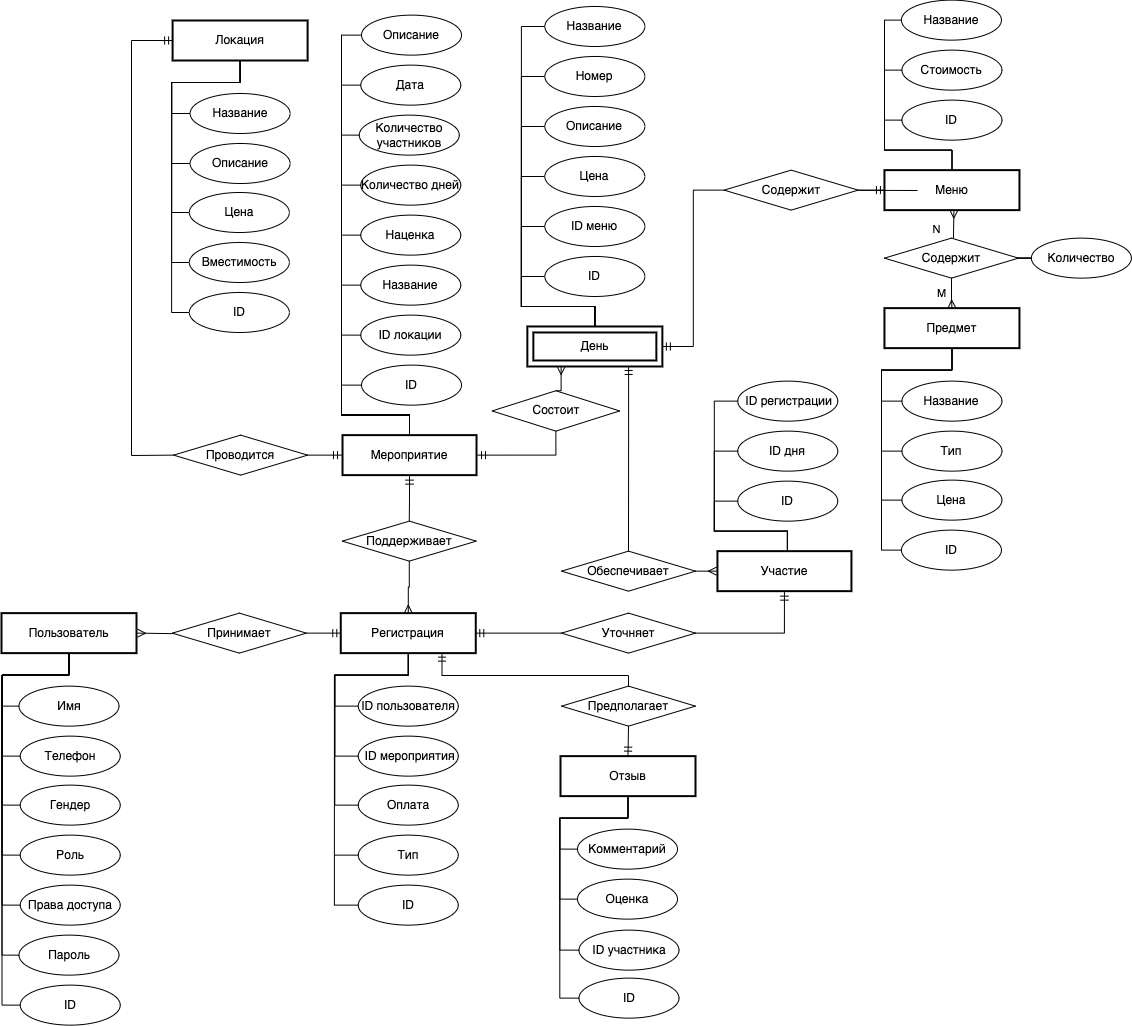
Above: docs/database/images/er.png in Kori-Tamashi/Eventor (draw.io), before the change. Source tidied: cells renumbered, new cells last; positions are measured from the earlier drawing's top-left corner, leaving out a move shared by most shapes.
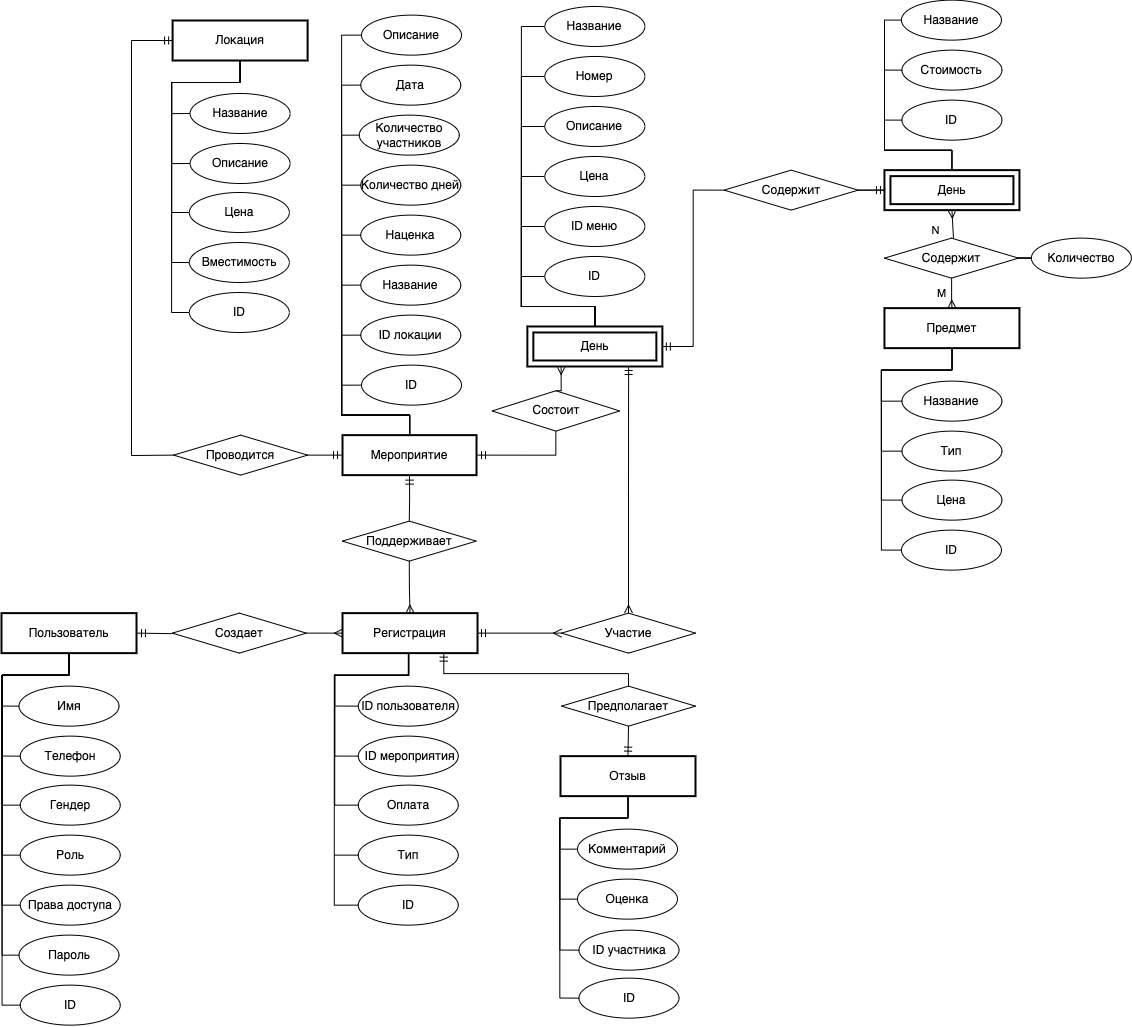
After the change.

The edit, as a diff of the source:
```diff
@@ -304,13 +304,13 @@
     <mxCell id="54" style="edgeStyle=orthogonalEdgeStyle;rounded=0;jettySize=auto;html=1;exitX=0.75;exitY=1;exitDx=0;exitDy=0;entryX=0.5;entryY=0;entryDx=0;entryDy=0;endArrow=none;endFill=0;startArrow=ERmandOne;startFill=0;" parent="1" edge="1" source="55" target="76">
       <mxGeometry relative="1" as="geometry">
         <Array as="points">
-          <mxPoint x="440" y="675" />
-          <mxPoint x="627" y="675" />
+          <mxPoint x="442" y="673" />
+          <mxPoint x="627" y="673" />
         </Array>
       </mxGeometry>
     </mxCell>
     <mxCell id="55" value="Регистрация" style="whiteSpace=wrap;html=1;align=center;strokeWidth=2;" parent="1" vertex="1">
-      <mxGeometry x="339.3" y="612.6" width="135" height="40" as="geometry" />
+      <mxGeometry x="341" y="612.6" width="135" height="40" as="geometry" />
     </mxCell>
     <mxCell id="56" value="&amp;nbsp;ID мероприятия" style="ellipse;whiteSpace=wrap;html=1;align=center;" parent="1" vertex="1">
       <mxGeometry x="356.8" y="735.6" width="100" height="40" as="geometry" />
@@ -332,15 +332,15 @@
         <mxPoint x="332.9" y="854.6" as="sourcePoint" />
       </mxGeometry>
     </mxCell>
-    <mxCell id="62" style="edgeStyle=orthogonalEdgeStyle;rounded=0;jettySize=auto;html=1;exitX=0;exitY=0.5;exitDx=0;exitDy=0;entryX=1;entryY=0.5;entryDx=0;entryDy=0;endArrow=ERmany;endFill=0;" parent="1" edge="1" target="42">
+    <mxCell id="62" style="edgeStyle=orthogonalEdgeStyle;rounded=0;jettySize=auto;html=1;exitX=0;exitY=0.5;exitDx=0;exitDy=0;entryX=1;entryY=0.5;entryDx=0;entryDy=0;endArrow=ERmandOne;endFill=0;startArrow=ERmandOne;startFill=0;" parent="1" edge="1" target="42">
       <mxGeometry relative="1" as="geometry">
         <mxPoint x="200.8" y="632.6" as="sourcePoint" />
       </mxGeometry>
     </mxCell>
-    <mxCell id="63" style="edgeStyle=orthogonalEdgeStyle;rounded=0;jettySize=auto;html=1;exitX=1;exitY=0.5;exitDx=0;exitDy=0;entryX=0;entryY=0.5;entryDx=0;entryDy=0;endArrow=ERmandOne;endFill=0;" parent="1" edge="1" source="64" target="55">
+    <mxCell id="63" style="edgeStyle=orthogonalEdgeStyle;rounded=0;jettySize=auto;html=1;exitX=1;exitY=0.5;exitDx=0;exitDy=0;entryX=0;entryY=0.5;entryDx=0;entryDy=0;endArrow=ERmany;endFill=0;" parent="1" edge="1" source="64" target="55">
       <mxGeometry relative="1" as="geometry" />
     </mxCell>
-    <mxCell id="64" value="Принимает" style="shape=rhombus;perimeter=rhombusPerimeter;whiteSpace=wrap;html=1;align=center;" parent="1" vertex="1">
+    <mxCell id="64" value="Создает" style="shape=rhombus;perimeter=rhombusPerimeter;whiteSpace=wrap;html=1;align=center;" parent="1" vertex="1">
       <mxGeometry x="170.8" y="612.6" width="134" height="40" as="geometry" />
     </mxCell>
     <mxCell id="65" style="edgeStyle=orthogonalEdgeStyle;rounded=0;jettySize=auto;html=1;entryX=0.5;entryY=0;entryDx=0;entryDy=0;endArrow=ERmany;endFill=0;exitX=0.5;exitY=1;exitDx=0;exitDy=0;" parent="1" edge="1" source="66" target="55">
@@ -461,13 +461,8 @@
         </Array>
       </mxGeometry>
     </mxCell>
-    <mxCell id="84" style="edgeStyle=orthogonalEdgeStyle;rounded=0;jettySize=auto;html=1;exitX=0.75;exitY=1;exitDx=0;exitDy=0;entryX=0.5;entryY=0;entryDx=0;entryDy=0;startArrow=ERmandOne;startFill=0;endArrow=none;endFill=0;" parent="1" edge="1" source="86" target="103">
-      <mxGeometry relative="1" as="geometry">
-        <Array as="points">
-          <mxPoint x="627" y="435" />
-          <mxPoint x="627" y="435" />
-        </Array>
-      </mxGeometry>
+    <mxCell id="84" style="edgeStyle=orthogonalEdgeStyle;rounded=0;jettySize=auto;html=1;exitX=0.75;exitY=1;exitDx=0;exitDy=0;entryX=0.5;entryY=0;entryDx=0;entryDy=0;startArrow=ERmandOne;startFill=0;endArrow=ERmany;endFill=0;" parent="1" edge="1" source="86" target="106">
+      <mxGeometry relative="1" as="geometry" />
     </mxCell>
     <mxCell id="85" style="edgeStyle=orthogonalEdgeStyle;rounded=0;jettySize=auto;html=1;exitX=1;exitY=0.5;exitDx=0;exitDy=0;entryX=0;entryY=0.5;entryDx=0;entryDy=0;startArrow=ERmandOne;startFill=0;endArrow=none;endFill=0;" parent="1" edge="1" source="86" target="113">
       <mxGeometry relative="1" as="geometry" />
@@ -499,65 +494,15 @@
     <mxCell id="94" value="Название" style="ellipse;whiteSpace=wrap;html=1;align=center;" parent="1" vertex="1">
       <mxGeometry x="543.4" y="6" width="100" height="40" as="geometry" />
     </mxCell>
-    <mxCell id="95" style="edgeStyle=orthogonalEdgeStyle;rounded=0;jettySize=auto;html=1;exitX=0.5;exitY=1;exitDx=0;exitDy=0;entryX=1;entryY=0.5;entryDx=0;entryDy=0;endArrow=none;endFill=0;startArrow=ERmandOne;startFill=0;" parent="1" edge="1" source="96" target="106">
-      <mxGeometry relative="1" as="geometry" />
-    </mxCell>
-    <mxCell id="96" value="Участие" style="whiteSpace=wrap;html=1;align=center;perimeterSpacing=1;strokeColor=#000000;strokeWidth=2;" parent="1" vertex="1">
-      <mxGeometry x="715.9" y="550.6" width="134" height="40" as="geometry" />
-    </mxCell>
-    <mxCell id="97" style="edgeStyle=orthogonalEdgeStyle;rounded=0;jettySize=auto;html=1;entryX=0;entryY=0.5;entryDx=0;entryDy=0;endArrow=none;endFill=0;" parent="1" edge="1" target="102">
-      <mxGeometry relative="1" as="geometry">
-        <mxPoint x="785.9" y="550.6" as="sourcePoint" />
-        <Array as="points">
-          <mxPoint x="786.8" y="530.6" />
-          <mxPoint x="712.8" y="530.6" />
-          <mxPoint x="712.8" y="400.6" />
-        </Array>
-      </mxGeometry>
-    </mxCell>
-    <mxCell id="98" style="edgeStyle=orthogonalEdgeStyle;rounded=0;jettySize=auto;html=1;entryX=0;entryY=0.5;entryDx=0;entryDy=0;endArrow=none;endFill=0;" parent="1" edge="1" target="101">
-      <mxGeometry relative="1" as="geometry">
-        <mxPoint x="785.9" y="550.6" as="sourcePoint" />
-        <Array as="points">
-          <mxPoint x="786.8" y="530.6" />
-          <mxPoint x="712.8" y="530.6" />
-          <mxPoint x="712.8" y="450.6" />
-        </Array>
-      </mxGeometry>
-    </mxCell>
-    <mxCell id="99" style="edgeStyle=orthogonalEdgeStyle;rounded=0;jettySize=auto;html=1;entryX=0;entryY=0.5;entryDx=0;entryDy=0;endArrow=none;endFill=0;" parent="1" edge="1" target="100">
-      <mxGeometry relative="1" as="geometry">
-        <mxPoint x="785.9" y="550.6" as="sourcePoint" />
-        <Array as="points">
-          <mxPoint x="786.8" y="530.6" />
-          <mxPoint x="712.8" y="530.6" />
-          <mxPoint x="712.8" y="500.6" />
-        </Array>
-      </mxGeometry>
-    </mxCell>
-    <mxCell id="100" value="ID" style="ellipse;whiteSpace=wrap;html=1;align=center;" parent="1" vertex="1">
-      <mxGeometry x="736.3" y="480.6" width="100" height="40" as="geometry" />
-    </mxCell>
-    <mxCell id="101" value="ID дня" style="ellipse;whiteSpace=wrap;html=1;align=center;" parent="1" vertex="1">
-      <mxGeometry x="736.3" y="430.6" width="100" height="40" as="geometry" />
-    </mxCell>
-    <mxCell id="102" value="&amp;nbsp;ID регистрации" style="ellipse;whiteSpace=wrap;html=1;align=center;" parent="1" vertex="1">
-      <mxGeometry x="736.3" y="380.6" width="100" height="40" as="geometry" />
-    </mxCell>
-    <mxCell id="103" value="Обеспечивает" style="shape=rhombus;perimeter=rhombusPerimeter;whiteSpace=wrap;html=1;align=center;" parent="1" vertex="1">
-      <mxGeometry x="560" y="550.6" width="134" height="40" as="geometry" />
-    </mxCell>
-    <mxCell id="104" style="edgeStyle=orthogonalEdgeStyle;rounded=0;jettySize=auto;html=1;exitX=0;exitY=0.5;exitDx=0;exitDy=0;entryX=1;entryY=0.5;entryDx=0;entryDy=0;startArrow=ERmany;startFill=0;endArrow=none;endFill=0;" parent="1" edge="1" source="96" target="103">
-      <mxGeometry relative="1" as="geometry" />
-    </mxCell>
-    <mxCell id="105" style="edgeStyle=orthogonalEdgeStyle;rounded=0;jettySize=auto;html=1;exitX=0;exitY=0.5;exitDx=0;exitDy=0;entryX=1;entryY=0.5;entryDx=0;entryDy=0;endArrow=ERmandOne;endFill=0;" parent="1" edge="1" source="106" target="55">
+    <mxCell id="105" style="edgeStyle=orthogonalEdgeStyle;rounded=0;jettySize=auto;html=1;exitX=0;exitY=0.5;exitDx=0;exitDy=0;entryX=1;entryY=0.5;entryDx=0;entryDy=0;endArrow=ERmandOne;endFill=0;startArrow=ERmany;startFill=0;" parent="1" edge="1" source="106" target="55">
       <mxGeometry relative="1" as="geometry" />
     </mxCell>
-    <mxCell id="106" value="Уточняет" style="shape=rhombus;perimeter=rhombusPerimeter;whiteSpace=wrap;html=1;align=center;" parent="1" vertex="1">
+    <mxCell id="106" value="Участие" style="shape=rhombus;perimeter=rhombusPerimeter;whiteSpace=wrap;html=1;align=center;" parent="1" vertex="1">
       <mxGeometry x="560" y="612.6" width="134" height="40" as="geometry" />
     </mxCell>
-    <mxCell id="107" style="edgeStyle=orthogonalEdgeStyle;rounded=0;jettySize=auto;html=1;entryX=0;entryY=0.5;entryDx=0;entryDy=0;endArrow=none;endFill=0;" parent="1" edge="1" source="110" target="126">
+    <mxCell id="107" style="edgeStyle=orthogonalEdgeStyle;rounded=0;jettySize=auto;html=1;entryX=0;entryY=0.5;entryDx=0;entryDy=0;endArrow=none;endFill=0;" parent="1" edge="1" target="126">
       <mxGeometry relative="1" as="geometry">
+        <mxPoint x="950.4" y="169.6" as="sourcePoint" />
         <Array as="points">
           <mxPoint x="950.9" y="149.6" />
           <mxPoint x="882.9" y="149.6" />
@@ -565,8 +510,9 @@
         </Array>
       </mxGeometry>
     </mxCell>
-    <mxCell id="108" style="edgeStyle=orthogonalEdgeStyle;rounded=0;jettySize=auto;html=1;entryX=0;entryY=0.5;entryDx=0;entryDy=0;endArrow=none;endFill=0;" parent="1" edge="1" source="110" target="127">
+    <mxCell id="108" style="edgeStyle=orthogonalEdgeStyle;rounded=0;jettySize=auto;html=1;entryX=0;entryY=0.5;entryDx=0;entryDy=0;endArrow=none;endFill=0;" parent="1" edge="1" target="127">
       <mxGeometry relative="1" as="geometry">
+        <mxPoint x="950.4" y="169.6" as="sourcePoint" />
         <Array as="points">
           <mxPoint x="950.9" y="149.6" />
           <mxPoint x="882.9" y="149.6" />
@@ -574,25 +520,22 @@
         </Array>
       </mxGeometry>
     </mxCell>
-    <mxCell id="109" style="edgeStyle=orthogonalEdgeStyle;rounded=0;jettySize=auto;html=1;entryX=0;entryY=0.5;entryDx=0;entryDy=0;endArrow=none;endFill=0;" parent="1" edge="1" source="110" target="131">
+    <mxCell id="109" style="edgeStyle=orthogonalEdgeStyle;rounded=0;jettySize=auto;html=1;entryX=0;entryY=0.5;entryDx=0;entryDy=0;endArrow=none;endFill=0;exitX=0.5;exitY=0;exitDx=0;exitDy=0;" parent="1" edge="1" source="132" target="131">
       <mxGeometry relative="1" as="geometry">
         <Array as="points">
-          <mxPoint x="950.9" y="149.6" />
-          <mxPoint x="882.9" y="149.6" />
-          <mxPoint x="882.9" y="19.6" />
+          <mxPoint x="951" y="150" />
+          <mxPoint x="883" y="150" />
+          <mxPoint x="883" y="20" />
         </Array>
       </mxGeometry>
     </mxCell>
-    <mxCell id="110" value="Меню" style="whiteSpace=wrap;html=1;align=center;strokeWidth=2;" parent="1" vertex="1">
-      <mxGeometry x="882.9" y="169.6" width="135" height="40" as="geometry" />
-    </mxCell>
-    <mxCell id="111" style="rounded=0;jettySize=auto;html=1;entryX=0;entryY=0.5;entryDx=0;entryDy=0;endArrow=ERmandOne;endFill=0;" parent="1" edge="1" source="113" target="110">
-      <mxGeometry relative="1" as="geometry" />
+    <mxCell id="111" style="rounded=0;jettySize=auto;html=1;entryX=0;entryY=0.5;entryDx=0;entryDy=0;endArrow=ERmandOne;endFill=0;" parent="1" edge="1" source="113">
+      <mxGeometry relative="1" as="geometry">
+        <mxPoint x="882.9" y="189.6" as="targetPoint" />
+      </mxGeometry>
     </mxCell>
-    <mxCell id="112" style="rounded=0;jettySize=auto;html=1;entryX=1;entryY=0.5;entryDx=0;entryDy=0;endArrow=none;endFill=0;" parent="1" edge="1" source="113">
-      <mxGeometry relative="1" as="geometry">
-        <mxPoint x="916" y="190" as="targetPoint" />
-      </mxGeometry>
+    <mxCell id="112" style="rounded=0;jettySize=auto;html=1;entryX=0;entryY=0.5;entryDx=0;entryDy=0;endArrow=none;endFill=0;" parent="1" edge="1" source="113" target="132">
+      <mxGeometry relative="1" as="geometry" />
     </mxCell>
     <mxCell id="113" value="Содержит" style="shape=rhombus;perimeter=rhombusPerimeter;whiteSpace=wrap;html=1;align=center;" parent="1" vertex="1">
       <mxGeometry x="722.6" y="169.6" width="134" height="40" as="geometry" />
@@ -636,10 +579,9 @@
     <mxCell id="120" value="Цена" style="ellipse;whiteSpace=wrap;html=1;align=center;" parent="1" vertex="1">
       <mxGeometry x="900.4" y="479.6" width="100" height="40" as="geometry" />
     </mxCell>
-    <mxCell id="121" value="N" style="edgeStyle=orthogonalEdgeStyle;rounded=0;orthogonalLoop=1;jettySize=auto;html=1;entryX=0.5;entryY=1;entryDx=0;entryDy=0;endArrow=ERmany;endFill=0;" parent="1" edge="1">
+    <mxCell id="121" value="N" style="edgeStyle=orthogonalEdgeStyle;rounded=0;jettySize=auto;html=1;entryX=0.5;entryY=1;entryDx=0;entryDy=0;endArrow=ERmany;endFill=0;" parent="1" edge="1" target="132">
       <mxGeometry x="-0.44" y="17" relative="1" as="geometry">
         <mxPoint x="952" y="237.6" as="sourcePoint" />
-        <mxPoint x="952.4" y="209.6" as="targetPoint" />
       </mxGeometry>
     </mxCell>
     <mxCell id="122" style="edgeStyle=orthogonalEdgeStyle;rounded=0;jettySize=auto;html=1;entryX=0.5;entryY=0;entryDx=0;entryDy=0;endArrow=ERmany;endFill=0;" parent="1" edge="1" source="125" target="117">
@@ -680,5 +622,8 @@
     <mxCell id="131" value="Название" style="ellipse;whiteSpace=wrap;html=1;align=center;" parent="1" vertex="1">
       <mxGeometry x="899.9" y="-0.4" width="100" height="40" as="geometry" />
     </mxCell>
+    <mxCell id="132" value="День" style="shape=ext;margin=3;double=1;whiteSpace=wrap;html=1;align=center;strokeWidth=2;" parent="1" vertex="1">
+      <mxGeometry x="883" y="169.6" width="135" height="40" as="geometry" />
+    </mxCell>
   </root>
 </mxGraphModel>
```
